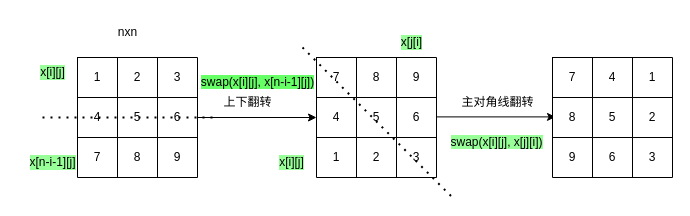
Before: 48.drawio in liuyx599/leetcode_imgs, a draw.io diagram. Source tidied: cells renumbered, new cells numbered last; positions are measured from the earlier drawing's top-left corner, leaving out a move shared by most shapes. Both pictures are drawn from the tidied source at 100%, with x=0, y=0 at pixel (17, 17).
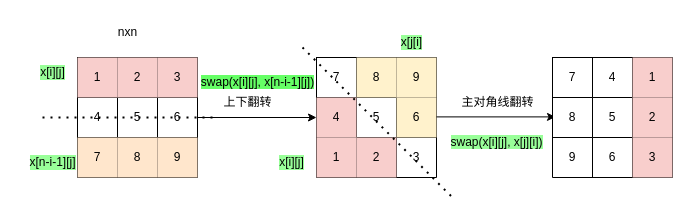
The same diagram, later.

Unchanged cells that the change refers to:
```xml
<mxCell id="3" style="shape=tableRow;horizontal=0;startSize=0;swimlaneHead=0;swimlaneBody=0;top=0;left=0;bottom=0;right=0;fillColor=none;" parent="2" vertex="1">
  <mxGeometry width="120" height="40" as="geometry" />
</mxCell>
<mxCell id="11" style="shape=tableRow;horizontal=0;startSize=0;swimlaneHead=0;swimlaneBody=0;top=0;left=0;bottom=0;right=0;fillColor=none;" parent="2" vertex="1">
  <mxGeometry y="80" width="120" height="40" as="geometry" />
</mxCell>
<mxCell id="16" style="shape=tableRow;horizontal=0;startSize=0;swimlaneHead=0;swimlaneBody=0;top=0;left=0;bottom=0;right=0;fillColor=none;" parent="15" vertex="1">
  <mxGeometry width="120" height="40" as="geometry" />
</mxCell>
<mxCell id="20" style="shape=tableRow;horizontal=0;startSize=0;swimlaneHead=0;swimlaneBody=0;top=0;left=0;bottom=0;right=0;fillColor=none;points=[[0,0.5],[1,0.5]];portConstraint=eastwest;" parent="15" vertex="1">
  <mxGeometry y="40" width="120" height="40" as="geometry" />
</mxCell>
<mxCell id="24" style="shape=tableRow;horizontal=0;startSize=0;swimlaneHead=0;swimlaneBody=0;top=0;left=0;bottom=0;right=0;fillColor=none;" parent="15" vertex="1">
  <mxGeometry y="80" width="120" height="40" as="geometry" />
</mxCell>
<mxCell id="36" style="shape=tableRow;horizontal=0;startSize=0;swimlaneHead=0;swimlaneBody=0;top=0;left=0;bottom=0;right=0;fillColor=none;" parent="35" vertex="1">
  <mxGeometry width="120" height="40" as="geometry" />
</mxCell>
<mxCell id="40" style="shape=tableRow;horizontal=0;startSize=0;swimlaneHead=0;swimlaneBody=0;top=0;left=0;bottom=0;right=0;fillColor=none;" parent="35" vertex="1">
  <mxGeometry y="40" width="120" height="40" as="geometry" />
</mxCell>
<mxCell id="44" style="shape=tableRow;horizontal=0;startSize=0;swimlaneHead=0;swimlaneBody=0;top=0;left=0;bottom=0;right=0;fillColor=none;" parent="35" vertex="1">
  <mxGeometry y="80" width="120" height="40" as="geometry" />
</mxCell>
```

Change to the diagram source:
```diff
@@
-    <mxCell id="4" value="1" style="shape=partialRectangle;html=1;whiteSpace=wrap;fillColor=none;top=0;left=0;bottom=0;right=0;overflow=hidden;" parent="3" vertex="1">
+    <mxCell id="4" value="1" style="shape=partialRectangle;html=1;whiteSpace=wrap;fillColor=#f8cecc;top=0;left=0;bottom=0;right=0;overflow=hidden;strokeColor=#b85450;" parent="3" vertex="1">
       <mxGeometry width="40" height="40" as="geometry" />
     </mxCell>
-    <mxCell id="5" value="2" style="shape=partialRectangle;html=1;whiteSpace=wrap;fillColor=none;top=0;left=0;bottom=0;right=0;overflow=hidden;" parent="3" vertex="1">
+    <mxCell id="5" value="2" style="shape=partialRectangle;html=1;whiteSpace=wrap;fillColor=#f8cecc;top=0;left=0;bottom=0;right=0;overflow=hidden;strokeColor=#b85450;" parent="3" vertex="1">
       <mxGeometry x="40" width="40" height="40" as="geometry" />
     </mxCell>
-    <mxCell id="6" value="3" style="shape=partialRectangle;html=1;whiteSpace=wrap;fillColor=none;top=0;left=0;bottom=0;right=0;overflow=hidden;" parent="3" vertex="1">
+    <mxCell id="6" value="3" style="shape=partialRectangle;html=1;whiteSpace=wrap;fillColor=#f8cecc;top=0;left=0;bottom=0;right=0;overflow=hidden;strokeColor=#b85450;" parent="3" vertex="1">
       <mxGeometry x="80" width="40" height="40" as="geometry" />
     </mxCell>
@@
-    <mxCell id="12" value="7" style="shape=partialRectangle;html=1;whiteSpace=wrap;fillColor=none;top=0;left=0;bottom=0;right=0;overflow=hidden;" parent="11" vertex="1">
+    <mxCell id="12" value="7" style="shape=partialRectangle;html=1;whiteSpace=wrap;fillColor=#ffe6cc;top=0;left=0;bottom=0;right=0;overflow=hidden;strokeColor=#d79b00;" parent="11" vertex="1">
       <mxGeometry width="40" height="40" as="geometry" />
     </mxCell>
-    <mxCell id="13" value="8" style="shape=partialRectangle;html=1;whiteSpace=wrap;fillColor=none;top=0;left=0;bottom=0;right=0;overflow=hidden;" parent="11" vertex="1">
+    <mxCell id="13" value="8" style="shape=partialRectangle;html=1;whiteSpace=wrap;fillColor=#ffe6cc;top=0;left=0;bottom=0;right=0;overflow=hidden;strokeColor=#d79b00;" parent="11" vertex="1">
       <mxGeometry x="40" width="40" height="40" as="geometry" />
     </mxCell>
-    <mxCell id="14" value="9" style="shape=partialRectangle;html=1;whiteSpace=wrap;fillColor=none;top=0;left=0;bottom=0;right=0;overflow=hidden;" parent="11" vertex="1">
+    <mxCell id="14" value="9" style="shape=partialRectangle;html=1;whiteSpace=wrap;fillColor=#ffe6cc;top=0;left=0;bottom=0;right=0;overflow=hidden;strokeColor=#d79b00;" parent="11" vertex="1">
       <mxGeometry x="80" width="40" height="40" as="geometry" />
     </mxCell>
@@
-    <mxCell id="18" value="8" style="shape=partialRectangle;html=1;whiteSpace=wrap;fillColor=none;top=0;left=0;bottom=0;right=0;overflow=hidden;" parent="16" vertex="1">
+    <mxCell id="18" value="8" style="shape=partialRectangle;html=1;whiteSpace=wrap;fillColor=#fff2cc;top=0;left=0;bottom=0;right=0;overflow=hidden;strokeColor=#d6b656;" parent="16" vertex="1">
       <mxGeometry x="40" width="40" height="40" as="geometry" />
     </mxCell>
-    <mxCell id="19" value="9" style="shape=partialRectangle;html=1;whiteSpace=wrap;fillColor=none;top=0;left=0;bottom=0;right=0;overflow=hidden;" parent="16" vertex="1">
+    <mxCell id="19" value="9" style="shape=partialRectangle;html=1;whiteSpace=wrap;fillColor=#fff2cc;top=0;left=0;bottom=0;right=0;overflow=hidden;strokeColor=#d6b656;" parent="16" vertex="1">
       <mxGeometry x="80" width="40" height="40" as="geometry" />
     </mxCell>
@@
-    <mxCell id="21" value="4" style="shape=partialRectangle;html=1;whiteSpace=wrap;fillColor=none;top=0;left=0;bottom=0;right=0;overflow=hidden;" parent="20" vertex="1">
+    <mxCell id="21" value="4" style="shape=partialRectangle;html=1;whiteSpace=wrap;fillColor=#f8cecc;top=0;left=0;bottom=0;right=0;overflow=hidden;strokeColor=#b85450;" parent="20" vertex="1">
       <mxGeometry width="40" height="40" as="geometry" />
     </mxCell>
@@
-    <mxCell id="23" value="6" style="shape=partialRectangle;html=1;whiteSpace=wrap;fillColor=none;top=0;left=0;bottom=0;right=0;overflow=hidden;" parent="20" vertex="1">
+    <mxCell id="23" value="6" style="shape=partialRectangle;html=1;whiteSpace=wrap;fillColor=#fff2cc;top=0;left=0;bottom=0;right=0;overflow=hidden;strokeColor=#d6b656;" parent="20" vertex="1">
       <mxGeometry x="80" width="40" height="40" as="geometry" />
     </mxCell>
@@
-    <mxCell id="25" value="1" style="shape=partialRectangle;html=1;whiteSpace=wrap;fillColor=none;top=0;left=0;bottom=0;right=0;overflow=hidden;" parent="24" vertex="1">
+    <mxCell id="25" value="1" style="shape=partialRectangle;html=1;whiteSpace=wrap;fillColor=#f8cecc;top=0;left=0;bottom=0;right=0;overflow=hidden;strokeColor=#b85450;" parent="24" vertex="1">
       <mxGeometry width="40" height="40" as="geometry" />
     </mxCell>
-    <mxCell id="26" value="2" style="shape=partialRectangle;html=1;whiteSpace=wrap;fillColor=none;top=0;left=0;bottom=0;right=0;overflow=hidden;" parent="24" vertex="1">
+    <mxCell id="26" value="2" style="shape=partialRectangle;html=1;whiteSpace=wrap;fillColor=#f8cecc;top=0;left=0;bottom=0;right=0;overflow=hidden;strokeColor=#b85450;" parent="24" vertex="1">
       <mxGeometry x="40" width="40" height="40" as="geometry" />
     </mxCell>
@@
-    <mxCell id="39" value="1" style="shape=partialRectangle;html=1;whiteSpace=wrap;fillColor=none;top=0;left=0;bottom=0;right=0;overflow=hidden;" parent="36" vertex="1">
+    <mxCell id="39" value="1" style="shape=partialRectangle;html=1;whiteSpace=wrap;fillColor=#f8cecc;top=0;left=0;bottom=0;right=0;overflow=hidden;strokeColor=#b85450;" parent="36" vertex="1">
       <mxGeometry x="80" width="40" height="40" as="geometry" />
     </mxCell>
@@
-    <mxCell id="43" value="2" style="shape=partialRectangle;html=1;whiteSpace=wrap;fillColor=none;top=0;left=0;bottom=0;right=0;overflow=hidden;" parent="40" vertex="1">
+    <mxCell id="43" value="2" style="shape=partialRectangle;html=1;whiteSpace=wrap;fillColor=#f8cecc;top=0;left=0;bottom=0;right=0;overflow=hidden;strokeColor=#b85450;" parent="40" vertex="1">
       <mxGeometry x="80" width="40" height="40" as="geometry" />
     </mxCell>
@@
-    <mxCell id="47" value="3" style="shape=partialRectangle;html=1;whiteSpace=wrap;fillColor=none;top=0;left=0;bottom=0;right=0;overflow=hidden;" parent="44" vertex="1">
+    <mxCell id="47" value="3" style="shape=partialRectangle;html=1;whiteSpace=wrap;fillColor=#f8cecc;top=0;left=0;bottom=0;right=0;overflow=hidden;strokeColor=#b85450;" parent="44" vertex="1">
       <mxGeometry x="80" width="40" height="40" as="geometry" />
     </mxCell>
```
